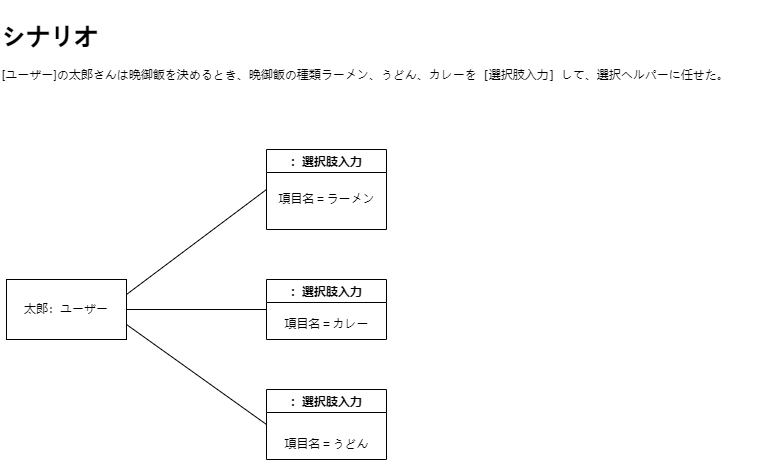
Above: Object-3.drawio.png in Hu-Hanxu/First-App-Self-Management- (draw.io), before the change. Source tidied: cells renumbered, new cells last; positions are measured from the earlier drawing's top-left corner, leaving out a move shared by most shapes.
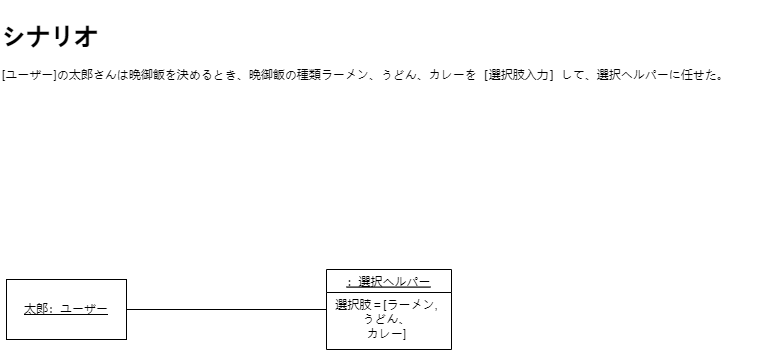
After the change.

The edit, as a diff of the source:
```diff
@@ -5,35 +5,17 @@
     <mxCell id="2" value="&lt;h1&gt;シナリオ&lt;/h1&gt;&lt;p&gt;[ユーザー]の太郎さんは晩御飯を決めるとき、晩御飯の種類ラーメン、うどん、カレーを［選択肢入力］して&lt;span style=&quot;background-color: initial;&quot;&gt;、選択ヘルパーに任せた。&lt;/span&gt;&lt;/p&gt;" style="text;html=1;strokeColor=none;fillColor=none;align=left;verticalAlign=top;whiteSpace=wrap;rounded=0;" parent="1" vertex="1">
       <mxGeometry width="756" height="99" as="geometry" />
     </mxCell>
-    <mxCell id="3" value="太郎：ユーザー" style="rounded=0;whiteSpace=wrap;html=1;" parent="1" vertex="1">
+    <mxCell id="3" value="&lt;u&gt;太郎：ユーザー&lt;/u&gt;" style="rounded=0;whiteSpace=wrap;html=1;" parent="1" vertex="1">
       <mxGeometry x="6" y="279" width="120" height="60" as="geometry" />
     </mxCell>
-    <mxCell id="4" value="：選択肢入力" style="swimlane;" parent="1" vertex="1">
-      <mxGeometry x="266" y="149" width="120" height="80" as="geometry" />
+    <mxCell id="4" value="：選択ヘルパー" style="swimlane;fontStyle=4;" parent="1" vertex="1">
+      <mxGeometry x="326" y="269" width="125" height="80" as="geometry" />
     </mxCell>
-    <mxCell id="5" value="項目名＝ラーメン" style="text;html=1;align=center;verticalAlign=middle;strokeColor=none;fillColor=none;" parent="4" vertex="1">
-      <mxGeometry y="35" width="120" height="30" as="geometry" />
+    <mxCell id="5" value="選択肢＝[ラーメン,&lt;br&gt;うどん、&lt;br&gt;カレー]" style="text;html=1;align=center;verticalAlign=middle;strokeColor=none;fillColor=none;" parent="4" vertex="1">
+      <mxGeometry x="-5" y="20" width="130" height="60" as="geometry" />
     </mxCell>
-    <mxCell id="6" style="endArrow=none;html=1;entryX=0;entryY=0.5;entryDx=0;entryDy=0;exitX=1;exitY=0.25;exitDx=0;exitDy=0;" parent="1" edge="1" source="3" target="4">
+    <mxCell id="6" style="endArrow=none;html=1;entryX=0;entryY=0.5;entryDx=0;entryDy=0;exitX=1;exitY=0.5;exitDx=0;exitDy=0;" parent="1" edge="1" source="3" target="4">
       <mxGeometry relative="1" as="geometry" />
     </mxCell>
-    <mxCell id="7" value="：選択肢入力" style="swimlane;" parent="1" vertex="1">
-      <mxGeometry x="266" y="279" width="120" height="60" as="geometry" />
-    </mxCell>
-    <mxCell id="8" value="項目名＝カレー" style="text;html=1;align=center;verticalAlign=middle;strokeColor=none;fillColor=none;" parent="7" vertex="1">
-      <mxGeometry x="5" y="30" width="110" height="30" as="geometry" />
-    </mxCell>
-    <mxCell id="9" value="：選択肢入力" style="swimlane;" parent="1" vertex="1">
-      <mxGeometry x="266" y="389" width="120" height="70" as="geometry" />
-    </mxCell>
-    <mxCell id="10" value="項目名＝うどん" style="text;html=1;align=center;verticalAlign=middle;strokeColor=none;fillColor=none;" parent="9" vertex="1">
-      <mxGeometry x="5" y="40" width="110" height="30" as="geometry" />
-    </mxCell>
-    <mxCell id="11" style="endArrow=none;html=1;exitX=1;exitY=0.75;exitDx=0;exitDy=0;entryX=0;entryY=0.5;entryDx=0;entryDy=0;" parent="1" edge="1" source="3" target="9">
-      <mxGeometry relative="1" as="geometry" />
-    </mxCell>
-    <mxCell id="12" style="endArrow=none;html=1;entryX=0;entryY=0.5;entryDx=0;entryDy=0;exitX=1;exitY=0.5;exitDx=0;exitDy=0;" parent="1" edge="1" source="3" target="7">
-      <mxGeometry relative="1" as="geometry" />
-    </mxCell>
   </root>
 </mxGraphModel>
```
